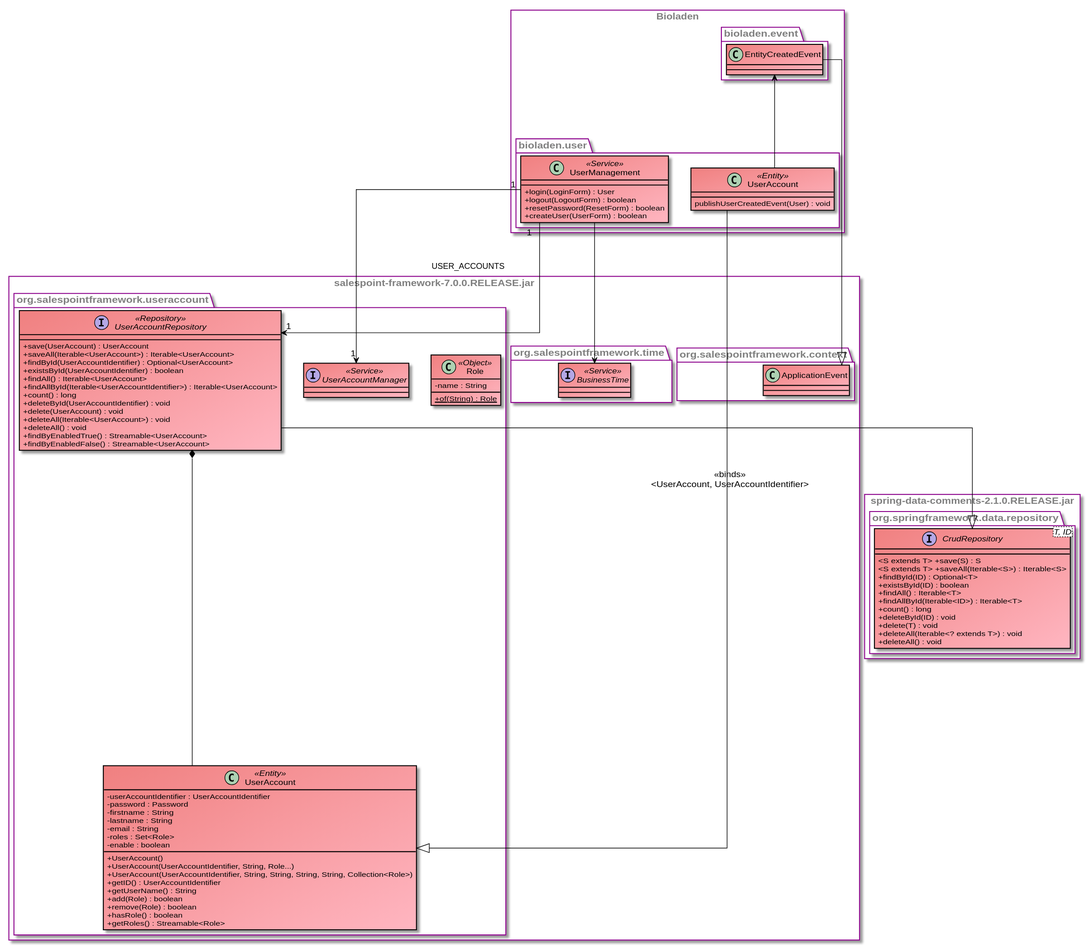
Above: src/main/asciidoc/models/design/DesignUserDepartment.svg in LimitlessGreen/swt18w43 (PlantUML), before the change. The source it was exported from:
```plantuml
@startuml

skinparam class {
	BackgroundColor #LightCoral/LightPink
    BorderColor Black
    ArrowColor  Black
}

skinparam package {
    FontColor Grey
    BorderColor DarkMagenta
}

skinparam classAttributeIconSize 0
skinparam linetype ortho

rectangle salespoint-framework-7.0.0.RELEASE.jar {

    namespace org.salespointframework.useraccount {
        class UserAccount <<Entity>>{
            -userAccountIdentifier : UserAccountIdentifier
            -password : Password
            -firstname : String
            -lastname : String
            -email : String
            -roles : Set<Role>
            -enable : boolean

            +UserAccount()
            +UserAccount(UserAccountIdentifier, String, Role...)
            +UserAccount(UserAccountIdentifier, String, String, String, String, Collection<Role>)
            +getID() : UserAccountIdentifier
            +getUserName() : String
            +add(Role) : boolean
            +remove(Role) : boolean
            +hasRole() : boolean
            +getRoles() : Streamable<Role>
        }

        class Role <<Object>>{
            -name : String

            +{static} of(String) : Role
        }

        interface UserAccountRepository <<Repository>> {
            +save(UserAccount) : UserAccount
            +saveAll(Iterable<UserAccount>) : Iterable<UserAccount>
            +findById(UserAccountIdentifier) : Optional<UserAccount>
            +existsById(UserAccountIdentifier) : boolean
            +findAll() : Iterable<UserAccount>
            +findAllById(Iterable<UserAccountIdentifier>) : Iterable<UserAccount>
            +count() : long
            +deleteById(UserAccountIdentifier) : void
            +delete(UserAccount) : void
            +deleteAll(Iterable<UserAccount>) : void
            +deleteAll() : void
            +findByEnabledTrue() : Streamable<UserAccount>
            +findByEnabledFalse() : Streamable<UserAccount>
        }

        interface UserAccountManager <<Service>>

    }

    namespace org.salespointframework.context {
        class ApplicationEvent {

        }

    }

    package org.salespointframework.time {
        interface BusinessTime <<Service>> {

        }
    }

}



rectangle Bioladen {

    namespace bioladen.user {

        class UserManagement <<Service>> {
            +login(LoginForm) : User
            +logout(LogoutForm) : boolean
            +resetPassword(ResetForm) : boolean
            +createUser(UserForm) : boolean

        }

        class UserAccount <<Entity>> {
            publishUserCreatedEvent(User) : void
        }
    }

    namespace bioladen.event {
        class EntityCreatedEvent {

        }
        EntityCreatedEvent --|> org.salespointframework.context.ApplicationEvent

        EntityCreatedEvent <-- bioladen.user.UserAccount

    }

}





rectangle spring-data-comments-2.1.0.RELEASE.jar as spring {

    package org.springframework.data.repository {
        interface CrudRepository <T, ID>{
            <S extends T> +save(S) : S
            <S extends T> +saveAll(Iterable<S​>) : Iterable<S>
            +findById(ID) : Optional<T>
            +existsById(ID) : boolean
            +findAll() : Iterable<T>
            +findAllById(Iterable<ID>) : Iterable<T>
            +count() : long
            +deleteById(ID) : void
            +delete(T) : void
            +deleteAll(Iterable<? extends T>) : void
            +deleteAll() : void
        }
    }

}



org.salespointframework.useraccount.UserAccountRepository  *--  org.salespointframework.useraccount.UserAccount
org.salespointframework.useraccount.UserAccountRepository --|> CrudRepository: <<binds>>\n<UserAccount, UserAccountIdentifier>
bioladen.user.UserManagement "1" --> "1" org.salespointframework.useraccount.UserAccountManager: \n\nUSER_ACCOUNTS
bioladen.user.UserManagement "1" --> "1" org.salespointframework.useraccount.UserAccountRepository
bioladen.user.UserManagement --> BusinessTime

bioladen.user.UserAccount --|> org.salespointframework.useraccount.UserAccount

@enduml
```
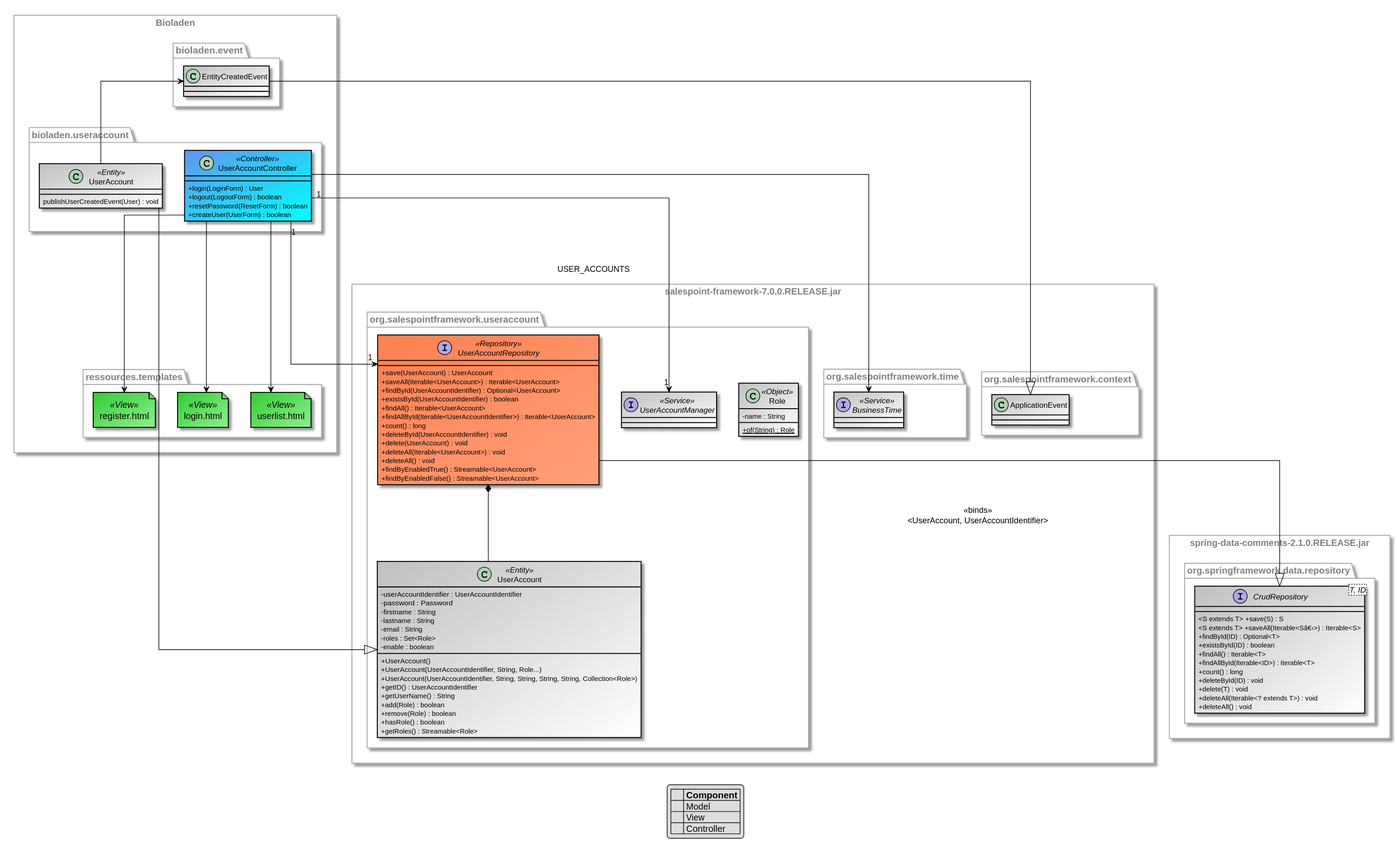
Above is the later version.

Commit message:
[Design] componentsstylesheet

The edit, as a diff of the source:
```diff
@@ -1,23 +1,36 @@
 @startuml
 
+
+
+
 skinparam class {
-	BackgroundColor #LightCoral/LightPink
+	BackgroundColor #Silver/white
+	BackgroundColor<<Repository>> #Coral/Lightsalmon
+	BackgroundColor<<Controller>> #Cornflowerblue/Cyan
     BorderColor Black
     ArrowColor  Black
 }
 
 skinparam package {
     FontColor Grey
-    BorderColor DarkMagenta
+    BorderColor Darkgrey
 }
 
 skinparam classAttributeIconSize 0
 skinparam linetype ortho
 
+legend
+|= | Component |
+|<back:#fe8052>     </back>| Model |
+|<back:#3dd13f>     </back>| View |
+|<back:#5f9aea>     </back>| Controller |
+endlegend
+
+
 rectangle salespoint-framework-7.0.0.RELEASE.jar {
 
     namespace org.salespointframework.useraccount {
-        class UserAccount <<Entity>>{
+        class UserAccount <<Entity>> {
             -userAccountIdentifier : UserAccountIdentifier
             -password : Password
             -firstname : String
@@ -82,9 +95,9 @@
 
 rectangle Bioladen {
 
-    namespace bioladen.user {
+    namespace bioladen.useraccount {
 
-        class UserManagement <<Service>> {
+        class UserAccountController <<Controller>>  {
             +login(LoginForm) : User
             +logout(LogoutForm) : boolean
             +resetPassword(ResetForm) : boolean
@@ -103,7 +116,27 @@
         }
         EntityCreatedEvent --|> org.salespointframework.context.ApplicationEvent
 
-        EntityCreatedEvent <-- bioladen.user.UserAccount
+        EntityCreatedEvent <-- bioladen.useraccount.UserAccount
+
+    }
+
+    namespace ressources.templates {
+
+        file register.html <<View>> #limegreen/technology {
+
+        }
+
+        file login.html <<View>> #limegreen/technology {
+
+        }
+
+        file userlist.html <<View>> #limegreen/technology {
+
+        }
+
+        bioladen.useraccount.UserAccountController --> register.html
+        bioladen.useraccount.UserAccountController --> login.html
+        bioladen.useraccount.UserAccountController --> userlist.html
 
     }
 
@@ -118,7 +151,7 @@
     package org.springframework.data.repository {
         interface CrudRepository <T, ID>{
             <S extends T> +save(S) : S
-            <S extends T> +saveAll(Iterable<S​>) : Iterable<S>
+            <S extends T> +saveAll(Iterable<Sâ€‹>) : Iterable<S>
             +findById(ID) : Optional<T>
             +existsById(ID) : boolean
             +findAll() : Iterable<T>
@@ -137,10 +170,10 @@
 
 org.salespointframework.useraccount.UserAccountRepository  *--  org.salespointframework.useraccount.UserAccount
 org.salespointframework.useraccount.UserAccountRepository --|> CrudRepository: <<binds>>\n<UserAccount, UserAccountIdentifier>
-bioladen.user.UserManagement "1" --> "1" org.salespointframework.useraccount.UserAccountManager: \n\nUSER_ACCOUNTS
-bioladen.user.UserManagement "1" --> "1" org.salespointframework.useraccount.UserAccountRepository
-bioladen.user.UserManagement --> BusinessTime
+bioladen.useraccount.UserAccountController "1" --> "1" org.salespointframework.useraccount.UserAccountManager: \n\nUSER_ACCOUNTS
+bioladen.useraccount.UserAccountController "1" --> "1" org.salespointframework.useraccount.UserAccountRepository
+bioladen.useraccount.UserAccountController --> BusinessTime
 
-bioladen.user.UserAccount --|> org.salespointframework.useraccount.UserAccount
+bioladen.useraccount.UserAccount --|> org.salespointframework.useraccount.UserAccount
 
 @enduml
```
